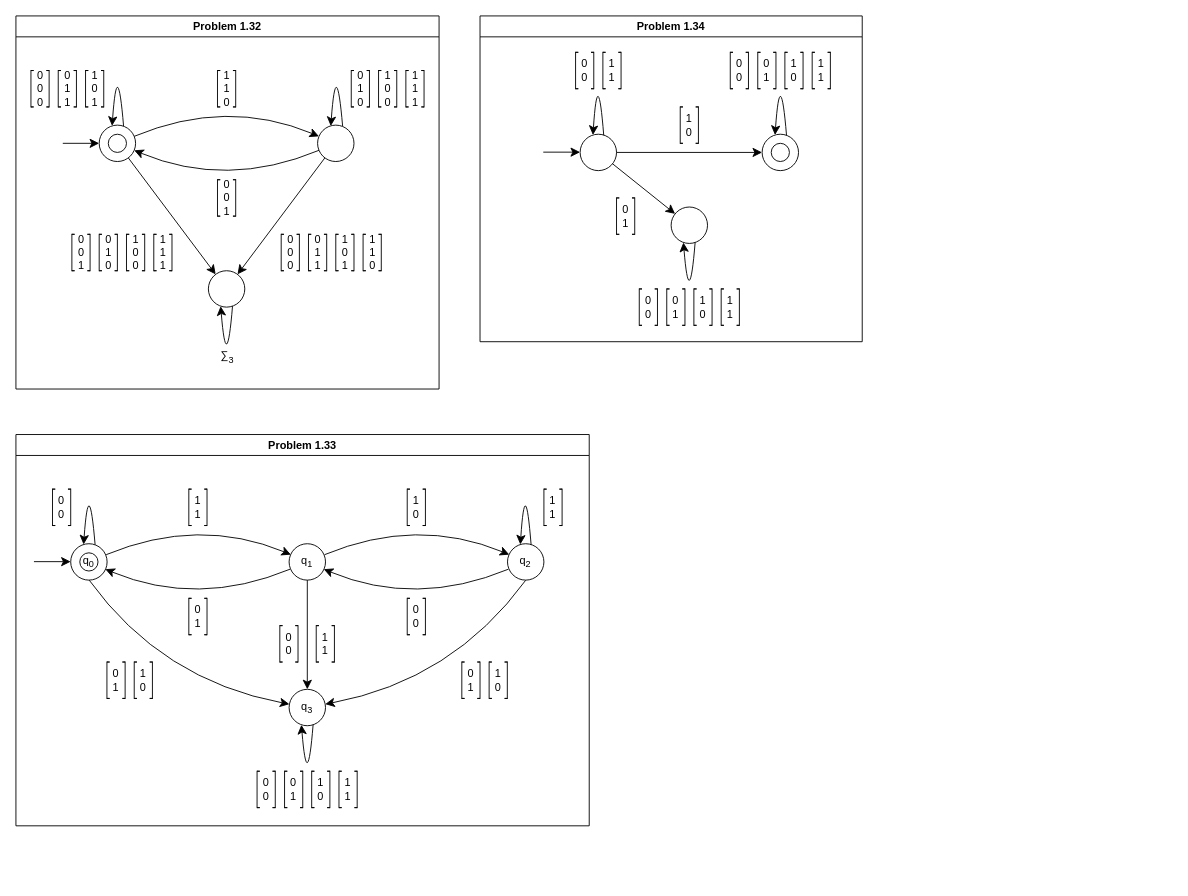
Before: page "P1.xx" (2 of 8) of Introduction.to.the.Theory.of.Computation.3e/Figures/Firgures.drawio in mehshan/tcs, a draw.io diagram. Source tidied: cells renumbered, new cells numbered last; positions are measured from the earlier drawing's top-left corner, leaving out a move shared by most shapes. Both pictures are drawn from the tidied source at 91%, with x=0, y=0 at pixel (15, 15).
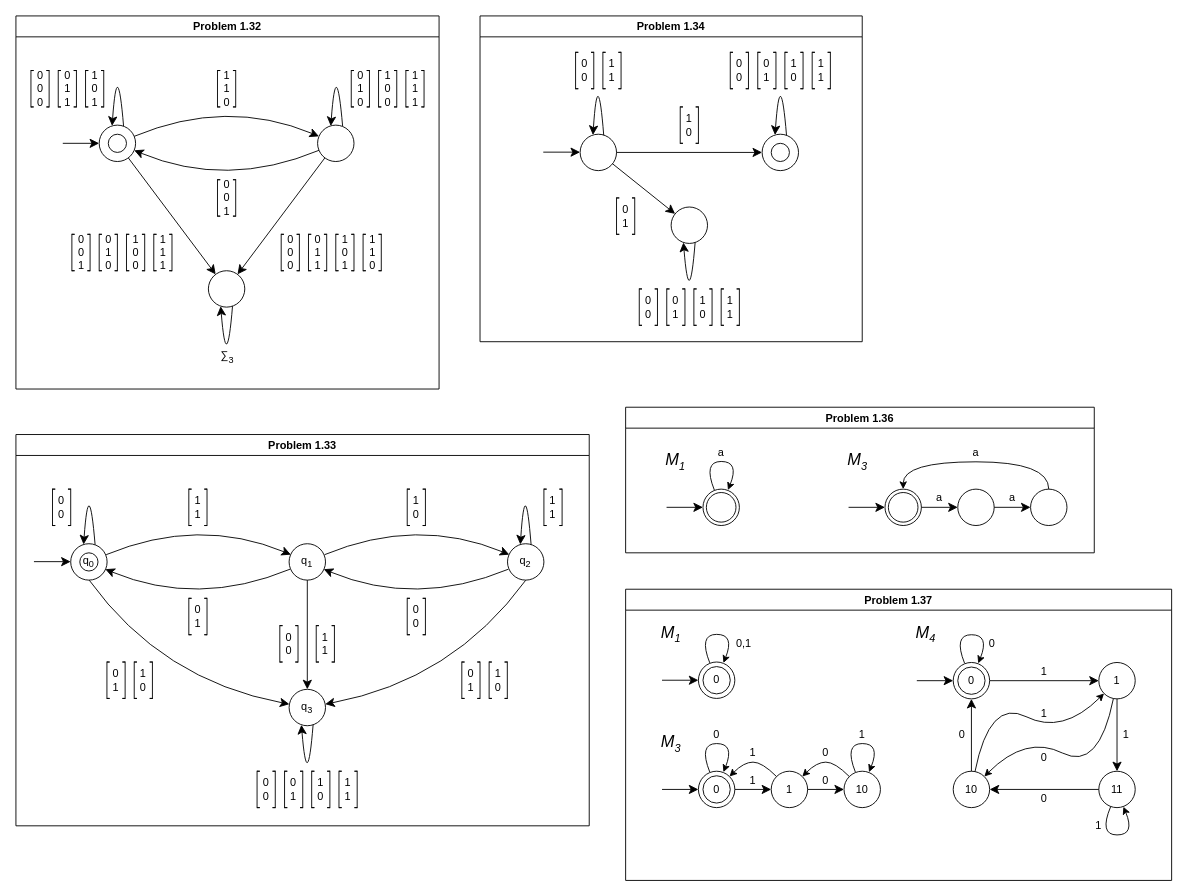
After the change.

Diff of the diagram source:
```diff
@@
+    <mxCell id="318" value="Problem 1.36" style="swimlane;" parent="1" vertex="1">
+      <mxGeometry x="670" y="430" width="515" height="160" as="geometry" />
+    </mxCell>
+    <mxCell id="319" style="curved=1;endArrow=classic;html=1;rounded=0;" parent="318" edge="1">
+      <mxGeometry relative="1" as="geometry">
+        <mxPoint x="97.5" y="91" as="sourcePoint" />
+        <mxPoint x="112.5" y="91" as="targetPoint" />
+        <Array as="points">
+          <mxPoint x="85" y="59.6" />
+          <mxPoint x="125" y="59.6" />
+        </Array>
+      </mxGeometry>
+    </mxCell>
+    <mxCell id="320" style="verticalLabelPosition=bottom;verticalAlign=top;html=1;shape=mxgraph.basic.donut;dx=3.73;" parent="318" vertex="1">
+      <mxGeometry x="85" y="90" width="40" height="40" as="geometry" />
+    </mxCell>
+    <mxCell id="321" style="ellipse;whiteSpace=wrap;html=1;" parent="318" vertex="1">
+      <mxGeometry x="365" y="90" width="40" height="40" as="geometry" />
+    </mxCell>
+    <mxCell id="322" style="endArrow=classic;html=1;rounded=0;strokeWidth=1;endSize=8;" parent="318" edge="1" target="320">
+      <mxGeometry relative="1" as="geometry">
+        <mxPoint x="45" y="110" as="sourcePoint" />
+      </mxGeometry>
+    </mxCell>
+    <mxCell id="323" value="a" style="text;html=1;align=center;verticalAlign=middle;whiteSpace=wrap;rounded=0;" parent="318" vertex="1">
+      <mxGeometry x="95" y="40" width="20" height="20" as="geometry" />
+    </mxCell>
+    <mxCell id="324" style="verticalLabelPosition=bottom;verticalAlign=top;html=1;shape=mxgraph.basic.donut;dx=3.73;" parent="318" vertex="1">
+      <mxGeometry x="285" y="90" width="40" height="40" as="geometry" />
+    </mxCell>
+    <mxCell id="325" style="endArrow=classic;html=1;rounded=0;strokeWidth=1;endSize=8;" parent="318" edge="1" target="324">
+      <mxGeometry relative="1" as="geometry">
+        <mxPoint x="245" y="110" as="sourcePoint" />
+      </mxGeometry>
+    </mxCell>
+    <mxCell id="326" value="a" style="text;html=1;align=center;verticalAlign=middle;whiteSpace=wrap;rounded=0;" parent="318" vertex="1">
+      <mxGeometry x="335" y="90" width="20" height="20" as="geometry" />
+    </mxCell>
+    <mxCell id="327" style="ellipse;whiteSpace=wrap;html=1;" parent="318" vertex="1">
+      <mxGeometry x="445" y="90" width="40" height="40" as="geometry" />
+    </mxCell>
+    <mxCell id="328" style="endArrow=classic;html=1;rounded=0;strokeWidth=1;endSize=8;" parent="318" edge="1" source="324" target="321">
+      <mxGeometry relative="1" as="geometry" />
+    </mxCell>
+    <mxCell id="329" style="endArrow=classic;html=1;rounded=0;strokeWidth=1;endSize=8;" parent="318" edge="1" source="321" target="327">
+      <mxGeometry relative="1" as="geometry" />
+    </mxCell>
+    <mxCell id="330" style="curved=1;endArrow=classic;html=1;rounded=0;" parent="318" edge="1" source="327" target="324">
+      <mxGeometry relative="1" as="geometry">
+        <Array as="points">
+          <mxPoint x="465" y="60" />
+          <mxPoint x="305" y="60" />
+        </Array>
+      </mxGeometry>
+    </mxCell>
+    <mxCell id="331" value="a" style="text;html=1;align=center;verticalAlign=middle;whiteSpace=wrap;rounded=0;" parent="318" vertex="1">
+      <mxGeometry x="415" y="90" width="20" height="20" as="geometry" />
+    </mxCell>
+    <mxCell id="332" value="a" style="text;html=1;align=center;verticalAlign=middle;whiteSpace=wrap;rounded=0;" parent="318" vertex="1">
+      <mxGeometry x="375" y="40" width="20" height="20" as="geometry" />
+    </mxCell>
+    <mxCell id="333" value="M&lt;sub style=&quot;&quot;&gt;&lt;font style=&quot;font-size: 12px;&quot;&gt;3&lt;/font&gt;&lt;/sub&gt;" style="text;align=center;verticalAlign=middle;whiteSpace=wrap;rounded=0;fontSize=18;textShadow=0;html=1;fontStyle=2;" parent="318" vertex="1">
+      <mxGeometry x="245" y="50" width="20" height="20" as="geometry" />
+    </mxCell>
+    <mxCell id="334" value="M&lt;sub style=&quot;&quot;&gt;&lt;font style=&quot;font-size: 12px;&quot;&gt;1&lt;/font&gt;&lt;/sub&gt;" style="text;align=center;verticalAlign=middle;whiteSpace=wrap;rounded=0;fontSize=18;textShadow=0;html=1;fontStyle=2;" parent="318" vertex="1">
+      <mxGeometry x="45" y="50" width="20" height="20" as="geometry" />
+    </mxCell>
+    <mxCell id="335" value="Problem 1.37" style="swimlane;" parent="1" vertex="1">
+      <mxGeometry x="670" y="630" width="600" height="320" as="geometry" />
+    </mxCell>
+    <mxCell id="336" style="curved=1;endArrow=classic;html=1;rounded=0;" parent="335" edge="1">
+      <mxGeometry relative="1" as="geometry">
+        <mxPoint x="92.5" y="81" as="sourcePoint" />
+        <mxPoint x="107.5" y="81" as="targetPoint" />
+        <Array as="points">
+          <mxPoint x="80" y="49.6" />
+          <mxPoint x="120" y="49.6" />
+        </Array>
+      </mxGeometry>
+    </mxCell>
+    <mxCell id="337" style="endArrow=classic;html=1;rounded=0;strokeWidth=1;endSize=8;entryX=0;entryY=0.5;entryDx=0;entryDy=0;" parent="335" edge="1" target="360">
+      <mxGeometry relative="1" as="geometry">
+        <mxPoint x="40" y="100" as="sourcePoint" />
+      </mxGeometry>
+    </mxCell>
+    <mxCell id="338" value="0,1" style="text;html=1;align=center;verticalAlign=middle;whiteSpace=wrap;rounded=0;" parent="335" vertex="1">
+      <mxGeometry x="120" y="50" width="20" height="20" as="geometry" />
+    </mxCell>
+    <mxCell id="339" value="M&lt;sub style=&quot;&quot;&gt;&lt;font style=&quot;font-size: 12px;&quot;&gt;1&lt;/font&gt;&lt;/sub&gt;" style="text;align=center;verticalAlign=middle;whiteSpace=wrap;rounded=0;fontSize=18;textShadow=0;html=1;fontStyle=2;" parent="335" vertex="1">
+      <mxGeometry x="40" y="40" width="20" height="20" as="geometry" />
+    </mxCell>
+    <mxCell id="340" value="1" style="ellipse;whiteSpace=wrap;html=1;" parent="335" vertex="1">
+      <mxGeometry x="160" y="200" width="40" height="40" as="geometry" />
+    </mxCell>
+    <mxCell id="341" style="endArrow=classic;html=1;rounded=0;strokeWidth=1;endSize=8;" parent="335" edge="1">
+      <mxGeometry relative="1" as="geometry">
+        <mxPoint x="40" y="220" as="sourcePoint" />
+        <mxPoint x="80" y="220" as="targetPoint" />
+      </mxGeometry>
+    </mxCell>
+    <mxCell id="342" value="1" style="text;html=1;align=center;verticalAlign=middle;whiteSpace=wrap;rounded=0;" parent="335" vertex="1">
+      <mxGeometry x="130" y="200" width="20" height="20" as="geometry" />
+    </mxCell>
+    <mxCell id="343" value="10" style="ellipse;whiteSpace=wrap;html=1;" parent="335" vertex="1">
+      <mxGeometry x="240" y="200" width="40" height="40" as="geometry" />
+    </mxCell>
+    <mxCell id="344" style="endArrow=classic;html=1;rounded=0;strokeWidth=1;endSize=8;" parent="335" edge="1" target="340">
+      <mxGeometry relative="1" as="geometry">
+        <mxPoint x="120" y="220" as="sourcePoint" />
+      </mxGeometry>
+    </mxCell>
+    <mxCell id="345" style="endArrow=classic;html=1;rounded=0;strokeWidth=1;endSize=8;" parent="335" edge="1" source="340" target="343">
+      <mxGeometry relative="1" as="geometry" />
+    </mxCell>
+    <mxCell id="346" value="0" style="text;html=1;align=center;verticalAlign=middle;whiteSpace=wrap;rounded=0;" parent="335" vertex="1">
+      <mxGeometry x="210" y="200" width="20" height="20" as="geometry" />
+    </mxCell>
+    <mxCell id="347" value="0" style="text;html=1;align=center;verticalAlign=middle;whiteSpace=wrap;rounded=0;" parent="335" vertex="1">
+      <mxGeometry x="210" y="170" width="20" height="20" as="geometry" />
+    </mxCell>
+    <mxCell id="348" value="M&lt;sub style=&quot;&quot;&gt;&lt;font style=&quot;font-size: 12px;&quot;&gt;3&lt;/font&gt;&lt;/sub&gt;" style="text;align=center;verticalAlign=middle;whiteSpace=wrap;rounded=0;fontSize=18;textShadow=0;html=1;fontStyle=2;" parent="335" vertex="1">
+      <mxGeometry x="40" y="160" width="20" height="20" as="geometry" />
+    </mxCell>
+    <mxCell id="349" style="curved=1;endArrow=classic;html=1;rounded=0;" parent="335" edge="1">
+      <mxGeometry relative="1" as="geometry">
+        <mxPoint x="92.5" y="201" as="sourcePoint" />
+        <mxPoint x="107.5" y="201" as="targetPoint" />
+        <Array as="points">
+          <mxPoint x="80" y="169.6" />
+          <mxPoint x="120" y="169.6" />
+        </Array>
+      </mxGeometry>
+    </mxCell>
+    <mxCell id="350" style="curved=1;endArrow=classic;html=1;rounded=0;" parent="335" edge="1">
+      <mxGeometry relative="1" as="geometry">
+        <mxPoint x="252.5" y="201" as="sourcePoint" />
+        <mxPoint x="267.5" y="201" as="targetPoint" />
+        <Array as="points">
+          <mxPoint x="240" y="169.6" />
+          <mxPoint x="280" y="169.6" />
+        </Array>
+      </mxGeometry>
+    </mxCell>
+    <mxCell id="351" value="1" style="text;html=1;align=center;verticalAlign=middle;whiteSpace=wrap;rounded=0;" parent="335" vertex="1">
+      <mxGeometry x="250" y="150" width="20" height="20" as="geometry" />
+    </mxCell>
+    <mxCell id="352" value="0" style="text;html=1;align=center;verticalAlign=middle;whiteSpace=wrap;rounded=0;" parent="335" vertex="1">
+      <mxGeometry x="90" y="150" width="20" height="20" as="geometry" />
+    </mxCell>
+    <mxCell id="353" style="curved=1;endArrow=classic;html=1;rounded=0;" parent="335" edge="1" source="343" target="340">
+      <mxGeometry relative="1" as="geometry">
+        <Array as="points">
+          <mxPoint x="230" y="190" />
+          <mxPoint x="210" y="190" />
+        </Array>
+      </mxGeometry>
+    </mxCell>
+    <mxCell id="354" style="curved=1;endArrow=classic;html=1;rounded=0;" parent="335" edge="1" source="340" target="356">
+      <mxGeometry relative="1" as="geometry">
+        <Array as="points">
+          <mxPoint x="150" y="190" />
+          <mxPoint x="130" y="190" />
+        </Array>
+      </mxGeometry>
+    </mxCell>
+    <mxCell id="355" style="group;" parent="335" vertex="1">
+      <mxGeometry x="80" y="200" width="40" height="40" as="geometry" />
+    </mxCell>
+    <mxCell id="356" style="ellipse;whiteSpace=wrap;html=1;" parent="355" vertex="1">
+      <mxGeometry width="40" height="40" as="geometry" />
+    </mxCell>
+    <mxCell id="357" value="0" style="ellipse;whiteSpace=wrap;html=1;" parent="355" vertex="1">
+      <mxGeometry x="5" y="5" width="30" height="30" as="geometry" />
+    </mxCell>
+    <mxCell id="358" value="1" style="text;html=1;align=center;verticalAlign=middle;whiteSpace=wrap;rounded=0;" parent="335" vertex="1">
+      <mxGeometry x="130" y="170" width="20" height="20" as="geometry" />
+    </mxCell>
+    <mxCell id="359" style="group;" parent="335" vertex="1">
+      <mxGeometry x="80" y="80" width="40" height="40" as="geometry" />
+    </mxCell>
+    <mxCell id="360" style="ellipse;whiteSpace=wrap;html=1;" parent="359" vertex="1">
+      <mxGeometry width="40" height="40" as="geometry" />
+    </mxCell>
+    <mxCell id="361" value="0" style="ellipse;whiteSpace=wrap;html=1;" parent="359" vertex="1">
+      <mxGeometry x="5" y="5" width="30" height="30" as="geometry" />
+    </mxCell>
+    <mxCell id="362" value="1" style="ellipse;whiteSpace=wrap;html=1;" parent="335" vertex="1">
+      <mxGeometry x="520" y="80.5" width="40" height="40" as="geometry" />
+    </mxCell>
+    <mxCell id="363" value="11" style="ellipse;whiteSpace=wrap;html=1;" parent="335" vertex="1">
+      <mxGeometry x="520" y="200" width="40" height="40" as="geometry" />
+    </mxCell>
+    <mxCell id="364" style="endArrow=classic;html=1;rounded=0;strokeWidth=1;endSize=8;" parent="335" edge="1" source="366" target="362">
+      <mxGeometry relative="1" as="geometry" />
+    </mxCell>
+    <mxCell id="365" style="endArrow=classic;html=1;rounded=0;strokeWidth=1;endSize=8;" parent="335" edge="1" source="362" target="363">
+      <mxGeometry relative="1" as="geometry" />
+    </mxCell>
+    <mxCell id="366" style="ellipse;whiteSpace=wrap;html=1;" parent="335" vertex="1">
+      <mxGeometry x="360" y="80.5" width="40" height="40" as="geometry" />
+    </mxCell>
+    <mxCell id="367" value="0" style="ellipse;whiteSpace=wrap;html=1;" parent="335" vertex="1">
+      <mxGeometry x="365" y="85.5" width="30" height="30" as="geometry" />
+    </mxCell>
+    <mxCell id="368" value="10" style="ellipse;whiteSpace=wrap;html=1;" parent="335" vertex="1">
+      <mxGeometry x="360" y="200" width="40" height="40" as="geometry" />
+    </mxCell>
+    <mxCell id="369" style="endArrow=classic;html=1;rounded=0;strokeWidth=1;endSize=8;" parent="335" edge="1" source="363" target="368">
+      <mxGeometry relative="1" as="geometry" />
+    </mxCell>
+    <mxCell id="370" style="endArrow=classic;html=1;rounded=0;strokeWidth=1;endSize=8;" parent="335" edge="1" source="368" target="366">
+      <mxGeometry relative="1" as="geometry" />
+    </mxCell>
+    <mxCell id="371" style="endArrow=classic;html=1;rounded=0;strokeWidth=1;endSize=8;" parent="335" edge="1" target="366">
+      <mxGeometry relative="1" as="geometry">
+        <mxPoint x="320" y="100.5" as="sourcePoint" />
+      </mxGeometry>
+    </mxCell>
+    <mxCell id="372" style="curved=1;endArrow=classic;html=1;rounded=0;" parent="335" edge="1">
+      <mxGeometry relative="1" as="geometry">
+        <mxPoint x="372.5" y="81.4" as="sourcePoint" />
+        <mxPoint x="387.5" y="81.5" as="targetPoint" />
+        <Array as="points">
+          <mxPoint x="360" y="50" />
+          <mxPoint x="400" y="50" />
+        </Array>
+      </mxGeometry>
+    </mxCell>
+    <mxCell id="373" value="0" style="text;html=1;align=center;verticalAlign=middle;whiteSpace=wrap;rounded=0;" parent="335" vertex="1">
+      <mxGeometry x="393" y="50" width="20" height="20" as="geometry" />
+    </mxCell>
+    <mxCell id="374" value="M&lt;sub style=&quot;&quot;&gt;&lt;font style=&quot;font-size: 12px;&quot;&gt;4&lt;/font&gt;&lt;/sub&gt;" style="text;align=center;verticalAlign=middle;whiteSpace=wrap;rounded=0;fontSize=18;textShadow=0;html=1;fontStyle=2;" parent="335" vertex="1">
+      <mxGeometry x="320" y="40" width="20" height="20" as="geometry" />
+    </mxCell>
+    <mxCell id="375" style="curved=1;endArrow=classic;html=1;rounded=0;" parent="335" edge="1" source="368" target="362">
+      <mxGeometry relative="1" as="geometry">
+        <Array as="points">
+          <mxPoint x="400" y="120" />
+          <mxPoint x="480" y="160" />
+        </Array>
+      </mxGeometry>
+    </mxCell>
+    <mxCell id="376" style="curved=1;endArrow=classic;html=1;rounded=0;" parent="335" edge="1" source="362" target="368">
+      <mxGeometry relative="1" as="geometry">
+        <Array as="points">
+          <mxPoint x="520" y="200" />
+          <mxPoint x="440" y="160" />
+        </Array>
+      </mxGeometry>
+    </mxCell>
+    <mxCell id="377" value="1" style="text;html=1;align=center;verticalAlign=middle;whiteSpace=wrap;rounded=0;" parent="335" vertex="1">
+      <mxGeometry x="450" y="80.5" width="20" height="20" as="geometry" />
+    </mxCell>
+    <mxCell id="378" value="0" style="text;html=1;align=center;verticalAlign=middle;whiteSpace=wrap;rounded=0;" parent="335" vertex="1">
+      <mxGeometry x="360" y="150" width="20" height="20" as="geometry" />
+    </mxCell>
+    <mxCell id="379" value="1" style="text;html=1;align=center;verticalAlign=middle;whiteSpace=wrap;rounded=0;" parent="335" vertex="1">
+      <mxGeometry x="540" y="150" width="20" height="20" as="geometry" />
+    </mxCell>
+    <mxCell id="380" value="0" style="text;html=1;align=center;verticalAlign=middle;whiteSpace=wrap;rounded=0;" parent="335" vertex="1">
+      <mxGeometry x="450" y="220" width="20" height="20" as="geometry" />
+    </mxCell>
+    <mxCell id="381" value="1" style="text;html=1;align=center;verticalAlign=middle;whiteSpace=wrap;rounded=0;" parent="335" vertex="1">
+      <mxGeometry x="450" y="126.5" width="20" height="20" as="geometry" />
+    </mxCell>
+    <mxCell id="382" value="0" style="text;html=1;align=center;verticalAlign=middle;whiteSpace=wrap;rounded=0;" parent="335" vertex="1">
+      <mxGeometry x="450" y="175" width="20" height="20" as="geometry" />
+    </mxCell>
+    <mxCell id="383" style="curved=1;endArrow=classic;html=1;rounded=0;" parent="335" edge="1">
+      <mxGeometry relative="1" as="geometry">
+        <mxPoint x="533" y="239" as="sourcePoint" />
+        <mxPoint x="547" y="239" as="targetPoint" />
+        <Array as="points">
+          <mxPoint x="520" y="270" />
+          <mxPoint x="560" y="270" />
+        </Array>
+      </mxGeometry>
+    </mxCell>
+    <mxCell id="384" value="1" style="text;html=1;align=center;verticalAlign=middle;whiteSpace=wrap;rounded=0;" parent="335" vertex="1">
+      <mxGeometry x="510" y="250" width="20" height="20" as="geometry" />
+    </mxCell>
```
